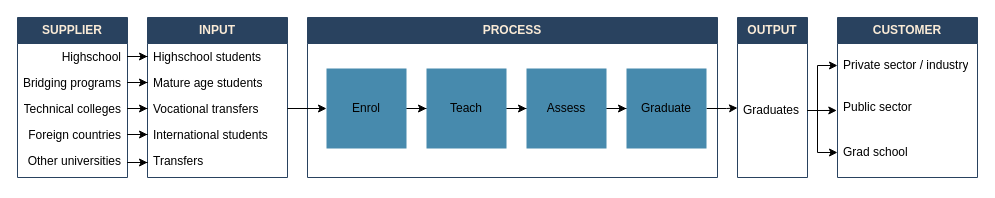
Before: page "sipoc" (3 of 5) of assets/docs/posts/2025/sipoc.drawio in Woolfrey/woolfrey.github.io, a draw.io diagram. Source tidied: cells renumbered, new cells numbered last; positions are measured from the earlier drawing's top-left corner, leaving out a move shared by most shapes. Both pictures are drawn from the tidied source at 100%, with x=0, y=0 at pixel (17, 17).
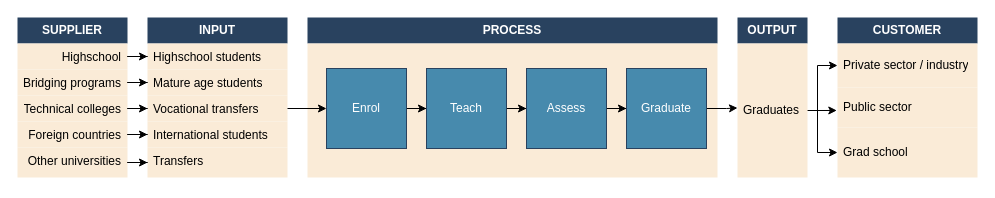
The same page after the edit.

Diff of the diagram source:
```diff
@@
-    <mxCell id="2" value="&lt;b&gt;&lt;font color=&quot;#faebd7&quot;&gt;PROCESS&lt;/font&gt;&lt;/b&gt;" style="swimlane;fontStyle=0;horizontal=1;startSize=26;fillColor=#29425F;whiteSpace=wrap;html=1;strokeColor=#29425F;" parent="1" vertex="1">
+    <mxCell id="2" value="&lt;b&gt;&lt;font color=&quot;#ffffff&quot;&gt;PROCESS&lt;/font&gt;&lt;/b&gt;" style="swimlane;fontStyle=0;horizontal=1;startSize=26;fillColor=#29425F;whiteSpace=wrap;html=1;strokeColor=none;" parent="1" vertex="1">
       <mxGeometry x="290" width="410" height="160" as="geometry" />
     </mxCell>
-    <mxCell id="3" value="&amp;nbsp;" style="text;strokeColor=none;fillColor=none;align=left;verticalAlign=top;spacingLeft=4;spacingRight=4;overflow=hidden;whiteSpace=wrap;html=1;" parent="2" vertex="1">
+    <mxCell id="3" value="&amp;nbsp;" style="text;strokeColor=none;fillColor=#FAEBD7;align=left;verticalAlign=top;spacingLeft=4;spacingRight=4;overflow=hidden;whiteSpace=wrap;html=1;" parent="2" vertex="1">
       <mxGeometry y="26" width="410" height="134" as="geometry" />
     </mxCell>
@@
-    <mxCell id="5" value="Enrol" style="whiteSpace=wrap;html=1;fillColor=#478AAD;strokeColor=none;" parent="1" vertex="1">
+    <mxCell id="5" value="Enrol" style="whiteSpace=wrap;html=1;fillColor=#478AAD;strokeColor=#29425F;fontColor=#FFFFFF;" parent="1" vertex="1">
       <mxGeometry x="309" y="51" width="80" height="80" as="geometry" />
     </mxCell>
@@
-    <mxCell id="7" value="Teach" style="whiteSpace=wrap;html=1;fillColor=#478AAD;strokeColor=none;" parent="1" vertex="1">
+    <mxCell id="7" value="Teach" style="whiteSpace=wrap;html=1;fillColor=#478AAD;strokeColor=#29425F;fontColor=#FFFFFF;" parent="1" vertex="1">
       <mxGeometry x="409" y="51" width="80" height="80" as="geometry" />
     </mxCell>
@@
-    <mxCell id="9" value="Assess" style="whiteSpace=wrap;html=1;fillColor=#478AAD;strokeColor=none;" parent="1" vertex="1">
+    <mxCell id="9" value="Assess" style="whiteSpace=wrap;html=1;fillColor=#478AAD;strokeColor=#29425F;fontColor=#FFFFFF;" parent="1" vertex="1">
       <mxGeometry x="509" y="51" width="80" height="80" as="geometry" />
     </mxCell>
@@
-    <mxCell id="11" value="Graduate" style="whiteSpace=wrap;html=1;fillColor=#478AAD;strokeColor=none;" parent="1" vertex="1">
+    <mxCell id="11" value="Graduate" style="whiteSpace=wrap;html=1;fillColor=#478AAD;strokeColor=#29425F;fontColor=#FFFFFF;" parent="1" vertex="1">
       <mxGeometry x="609" y="51" width="80" height="80" as="geometry" />
     </mxCell>
-    <mxCell id="12" value="&lt;b&gt;&lt;font color=&quot;#faebd7&quot;&gt;INPUT&lt;/font&gt;&lt;/b&gt;" style="swimlane;fontStyle=0;horizontal=1;startSize=26;fillColor=#29425F;whiteSpace=wrap;html=1;strokeColor=#29425F;" parent="1" vertex="1">
+    <mxCell id="12" value="&lt;b&gt;&lt;font color=&quot;#ffffff&quot;&gt;INPUT&lt;/font&gt;&lt;/b&gt;" style="swimlane;fontStyle=0;horizontal=1;startSize=26;fillColor=#29425F;whiteSpace=wrap;html=1;strokeColor=none;" parent="1" vertex="1">
       <mxGeometry x="130" width="140" height="160" as="geometry" />
     </mxCell>
-    <mxCell id="13" value="Highschool students" style="text;strokeColor=none;fillColor=none;align=left;verticalAlign=top;spacingLeft=4;spacingRight=4;overflow=hidden;points=[[0,0.5],[1,0.5]];portConstraint=eastwest;whiteSpace=wrap;html=1;" parent="12" vertex="1">
+    <mxCell id="13" value="Highschool students" style="text;strokeColor=none;fillColor=#FAEBD7;align=left;verticalAlign=top;spacingLeft=4;spacingRight=4;overflow=hidden;points=[[0,0.5],[1,0.5]];portConstraint=eastwest;whiteSpace=wrap;html=1;" parent="12" vertex="1">
       <mxGeometry y="26" width="140" height="26" as="geometry" />
     </mxCell>
-    <mxCell id="14" value="Mature age students" style="text;strokeColor=none;fillColor=none;align=left;verticalAlign=top;spacingLeft=4;spacingRight=4;overflow=hidden;points=[[0,0.5],[1,0.5]];portConstraint=eastwest;whiteSpace=wrap;html=1;" parent="12" vertex="1">
+    <mxCell id="14" value="Mature age students" style="text;strokeColor=none;fillColor=#FAEBD7;align=left;verticalAlign=top;spacingLeft=4;spacingRight=4;overflow=hidden;points=[[0,0.5],[1,0.5]];portConstraint=eastwest;whiteSpace=wrap;html=1;" parent="12" vertex="1">
       <mxGeometry y="52" width="140" height="26" as="geometry" />
     </mxCell>
-    <mxCell id="15" value="Vocational transfers" style="text;strokeColor=none;fillColor=none;align=left;verticalAlign=top;spacingLeft=4;spacingRight=4;overflow=hidden;points=[[0,0.5],[1,0.5]];portConstraint=eastwest;whiteSpace=wrap;html=1;" parent="12" vertex="1">
+    <mxCell id="15" value="Vocational transfers" style="text;strokeColor=none;fillColor=#FAEBD7;align=left;verticalAlign=top;spacingLeft=4;spacingRight=4;overflow=hidden;points=[[0,0.5],[1,0.5]];portConstraint=eastwest;whiteSpace=wrap;html=1;" parent="12" vertex="1">
       <mxGeometry y="78" width="140" height="26" as="geometry" />
     </mxCell>
-    <mxCell id="16" value="International students" style="text;strokeColor=none;fillColor=none;align=left;verticalAlign=top;spacingLeft=4;spacingRight=4;overflow=hidden;points=[[0,0.5],[1,0.5]];portConstraint=eastwest;whiteSpace=wrap;html=1;" parent="12" vertex="1">
+    <mxCell id="16" value="International students" style="text;strokeColor=none;fillColor=#FAEBD7;align=left;verticalAlign=top;spacingLeft=4;spacingRight=4;overflow=hidden;points=[[0,0.5],[1,0.5]];portConstraint=eastwest;whiteSpace=wrap;html=1;" parent="12" vertex="1">
       <mxGeometry y="104" width="140" height="26" as="geometry" />
     </mxCell>
-    <mxCell id="17" value="Transfers" style="text;strokeColor=none;fillColor=none;align=left;verticalAlign=top;spacingLeft=4;spacingRight=4;overflow=hidden;points=[[0,0.5],[1,0.5]];portConstraint=eastwest;whiteSpace=wrap;html=1;" parent="12" vertex="1">
+    <mxCell id="17" value="Transfers" style="text;strokeColor=none;fillColor=#FAEBD7;align=left;verticalAlign=top;spacingLeft=4;spacingRight=4;overflow=hidden;points=[[0,0.5],[1,0.5]];portConstraint=eastwest;whiteSpace=wrap;html=1;" parent="12" vertex="1">
       <mxGeometry y="130" width="140" height="30" as="geometry" />
     </mxCell>
-    <mxCell id="18" value="&lt;b&gt;&lt;font color=&quot;#faebd7&quot;&gt;OUTPUT&lt;/font&gt;&lt;/b&gt;" style="swimlane;fontStyle=0;horizontal=1;startSize=26;fillColor=#29425F;whiteSpace=wrap;html=1;strokeColor=#29425F;" parent="1" vertex="1">
+    <mxCell id="18" value="&lt;b&gt;&lt;font color=&quot;#ffffff&quot;&gt;OUTPUT&lt;/font&gt;&lt;/b&gt;" style="swimlane;fontStyle=0;horizontal=1;startSize=26;fillColor=#29425F;whiteSpace=wrap;html=1;strokeColor=none;" parent="1" vertex="1">
       <mxGeometry x="720" width="70" height="160" as="geometry" />
     </mxCell>
@@
-    <mxCell id="20" value="&lt;b&gt;&lt;font color=&quot;#faebd7&quot;&gt;SUPPLIER&lt;/font&gt;&lt;/b&gt;" style="swimlane;fontStyle=0;horizontal=1;startSize=26;fillColor=#29425F;whiteSpace=wrap;html=1;strokeColor=#29425F;" parent="1" vertex="1">
+    <mxCell id="20" value="&lt;b&gt;&lt;font color=&quot;#ffffff&quot;&gt;SUPPLIER&lt;/font&gt;&lt;/b&gt;" style="swimlane;fontStyle=0;horizontal=1;startSize=26;fillColor=#29425F;whiteSpace=wrap;html=1;strokeColor=none;" parent="1" vertex="1">
       <mxGeometry width="110" height="160" as="geometry" />
     </mxCell>
-    <mxCell id="21" value="Highschool" style="text;strokeColor=none;fillColor=none;align=right;verticalAlign=top;spacingLeft=4;spacingRight=4;overflow=hidden;points=[[0,0.5],[1,0.5]];portConstraint=eastwest;whiteSpace=wrap;html=1;" parent="20" vertex="1">
+    <mxCell id="21" value="Highschool" style="text;strokeColor=none;fillColor=#FAEBD7;align=right;verticalAlign=top;spacingLeft=4;spacingRight=4;overflow=hidden;points=[[0,0.5],[1,0.5]];portConstraint=eastwest;whiteSpace=wrap;html=1;" parent="20" vertex="1">
       <mxGeometry y="26" width="110" height="26" as="geometry" />
     </mxCell>
-    <mxCell id="22" value="Bridging programs" style="text;strokeColor=none;fillColor=none;align=right;verticalAlign=top;spacingLeft=4;spacingRight=4;overflow=hidden;points=[[0,0.5],[1,0.5]];portConstraint=eastwest;whiteSpace=wrap;html=1;" parent="20" vertex="1">
+    <mxCell id="22" value="Bridging programs" style="text;strokeColor=none;fillColor=#FAEBD7;align=right;verticalAlign=top;spacingLeft=4;spacingRight=4;overflow=hidden;points=[[0,0.5],[1,0.5]];portConstraint=eastwest;whiteSpace=wrap;html=1;" parent="20" vertex="1">
       <mxGeometry y="52" width="110" height="26" as="geometry" />
     </mxCell>
-    <mxCell id="23" value="Technical colleges" style="text;strokeColor=none;fillColor=none;align=right;verticalAlign=top;spacingLeft=4;spacingRight=4;overflow=hidden;points=[[0,0.5],[1,0.5]];portConstraint=eastwest;whiteSpace=wrap;html=1;" parent="20" vertex="1">
+    <mxCell id="23" value="Technical colleges" style="text;strokeColor=none;fillColor=#FAEBD7;align=right;verticalAlign=top;spacingLeft=4;spacingRight=4;overflow=hidden;points=[[0,0.5],[1,0.5]];portConstraint=eastwest;whiteSpace=wrap;html=1;" parent="20" vertex="1">
       <mxGeometry y="78" width="110" height="26" as="geometry" />
     </mxCell>
-    <mxCell id="24" value="Foreign countries" style="text;strokeColor=none;fillColor=none;align=right;verticalAlign=top;spacingLeft=4;spacingRight=4;overflow=hidden;points=[[0,0.5],[1,0.5]];portConstraint=eastwest;whiteSpace=wrap;html=1;" parent="20" vertex="1">
+    <mxCell id="24" value="Foreign countries" style="text;strokeColor=none;fillColor=#FAEBD7;align=right;verticalAlign=top;spacingLeft=4;spacingRight=4;overflow=hidden;points=[[0,0.5],[1,0.5]];portConstraint=eastwest;whiteSpace=wrap;html=1;" parent="20" vertex="1">
       <mxGeometry y="104" width="110" height="26" as="geometry" />
     </mxCell>
-    <mxCell id="25" value="Other universities" style="text;strokeColor=none;fillColor=none;align=right;verticalAlign=top;spacingLeft=4;spacingRight=4;overflow=hidden;points=[[0,0.5],[1,0.5]];portConstraint=eastwest;whiteSpace=wrap;html=1;" parent="20" vertex="1">
+    <mxCell id="25" value="Other universities" style="text;strokeColor=none;fillColor=#FAEBD7;align=right;verticalAlign=top;spacingLeft=4;spacingRight=4;overflow=hidden;points=[[0,0.5],[1,0.5]];portConstraint=eastwest;whiteSpace=wrap;html=1;" parent="20" vertex="1">
       <mxGeometry y="130" width="110" height="30" as="geometry" />
     </mxCell>
@@
-    <mxCell id="31" value="&lt;b&gt;&lt;font color=&quot;#faebd7&quot;&gt;CUSTOMER&lt;/font&gt;&lt;/b&gt;" style="swimlane;fontStyle=0;horizontal=1;startSize=26;fillColor=#29425F;whiteSpace=wrap;html=1;strokeColor=#29425F;" parent="1" vertex="1">
+    <mxCell id="31" value="&lt;b&gt;&lt;font color=&quot;#ffffff&quot;&gt;CUSTOMER&lt;/font&gt;&lt;/b&gt;" style="swimlane;fontStyle=0;horizontal=1;startSize=26;fillColor=#29425F;whiteSpace=wrap;html=1;strokeColor=none;" parent="1" vertex="1">
       <mxGeometry x="820" width="140" height="160" as="geometry" />
     </mxCell>
-    <mxCell id="32" value="Private sector / industry" style="text;strokeColor=none;fillColor=none;align=left;verticalAlign=middle;spacingLeft=4;spacingRight=4;overflow=hidden;points=[[0,0.5],[1,0.5]];portConstraint=eastwest;whiteSpace=wrap;html=1;" parent="31" vertex="1">
+    <mxCell id="32" value="Private sector / industry" style="text;strokeColor=none;fillColor=#FAEBD7;align=left;verticalAlign=middle;spacingLeft=4;spacingRight=4;overflow=hidden;points=[[0,0.5],[1,0.5]];portConstraint=eastwest;whiteSpace=wrap;html=1;" parent="31" vertex="1">
       <mxGeometry y="26" width="140" height="44" as="geometry" />
     </mxCell>
-    <mxCell id="33" value="Public sector" style="text;strokeColor=none;fillColor=none;align=left;verticalAlign=middle;spacingLeft=4;spacingRight=4;overflow=hidden;points=[[0,0.5],[1,0.5]];portConstraint=eastwest;whiteSpace=wrap;html=1;" parent="31" vertex="1">
+    <mxCell id="33" value="Public sector" style="text;strokeColor=none;fillColor=#FAEBD7;align=left;verticalAlign=middle;spacingLeft=4;spacingRight=4;overflow=hidden;points=[[0,0.5],[1,0.5]];portConstraint=eastwest;whiteSpace=wrap;html=1;" parent="31" vertex="1">
       <mxGeometry y="70" width="140" height="40" as="geometry" />
     </mxCell>
-    <mxCell id="34" value="Grad school" style="text;strokeColor=none;fillColor=none;align=left;verticalAlign=middle;spacingLeft=4;spacingRight=4;overflow=hidden;points=[[0,0.5],[1,0.5]];portConstraint=eastwest;whiteSpace=wrap;html=1;" parent="31" vertex="1">
+    <mxCell id="34" value="Grad school" style="text;strokeColor=none;fillColor=#FAEBD7;align=left;verticalAlign=middle;spacingLeft=4;spacingRight=4;overflow=hidden;points=[[0,0.5],[1,0.5]];portConstraint=eastwest;whiteSpace=wrap;html=1;" parent="31" vertex="1">
       <mxGeometry y="110" width="140" height="50" as="geometry" />
     </mxCell>
@@
-    <mxCell id="38" value="Graduates" style="text;strokeColor=none;fillColor=none;align=left;verticalAlign=middle;spacingLeft=4;spacingRight=4;overflow=hidden;points=[[0,0.5],[1,0.5]];portConstraint=eastwest;whiteSpace=wrap;html=1;" parent="1" vertex="1">
+    <mxCell id="38" value="Graduates" style="text;strokeColor=none;fillColor=#FAEBD7;align=left;verticalAlign=middle;spacingLeft=4;spacingRight=4;overflow=hidden;points=[[0,0.5],[1,0.5]];portConstraint=eastwest;whiteSpace=wrap;html=1;" parent="1" vertex="1">
       <mxGeometry x="720" y="26" width="70" height="134" as="geometry" />
     </mxCell>
```
